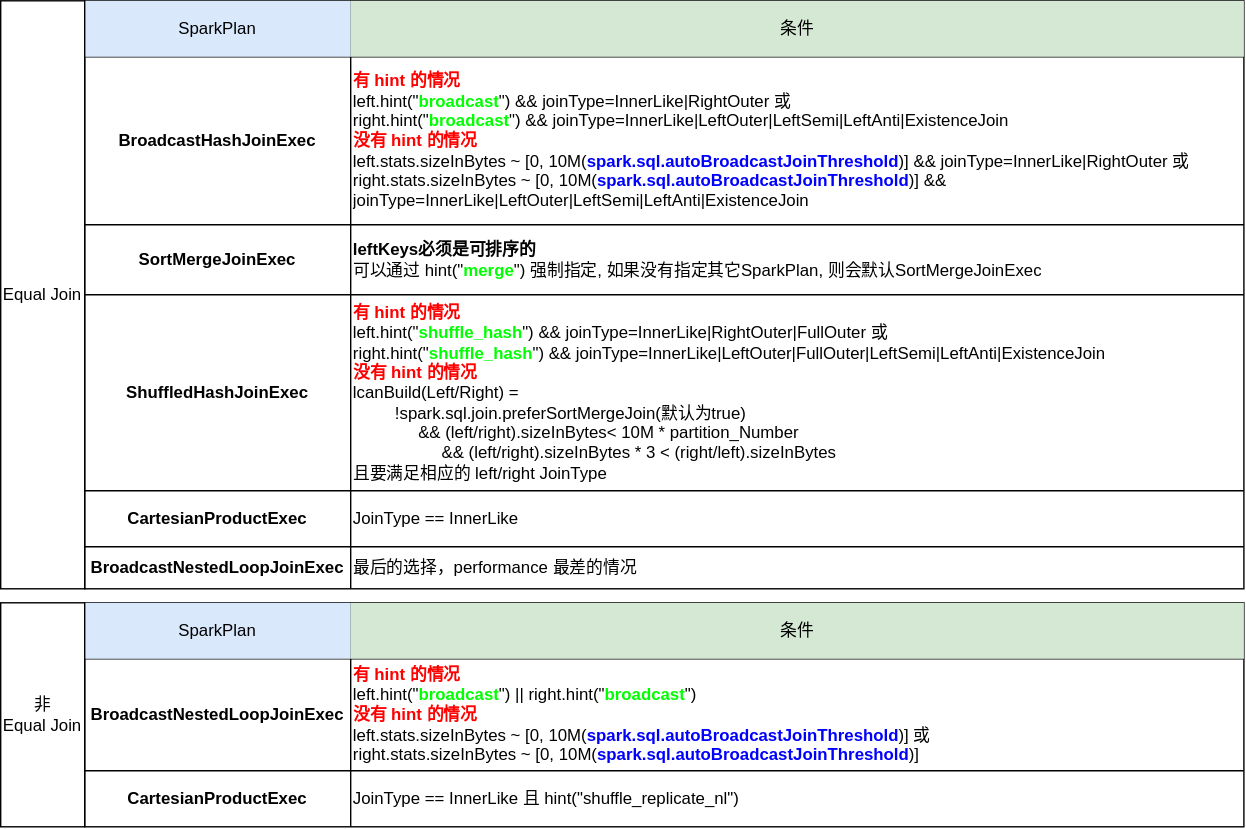
Above: docs/spark/join/join-plan-condition.svg in wbo4958/wbo4958.github.io (draw.io), before the change. Source tidied: cells renumbered, new cells last; positions are measured from the earlier drawing's top-left corner, leaving out a move shared by most shapes. Source of this version:
```xml
<mxGraphModel>
  <root>
    <mxCell id="0" />
    <mxCell id="1" parent="0" />
    <mxCell id="2" style="shape=table;html=1;whiteSpace=wrap;startSize=0;align=left;" parent="1" vertex="1">
      <mxGeometry x="60" width="828" height="420" as="geometry" />
    </mxCell>
    <mxCell id="3" style="shape=partialRectangle;html=1;whiteSpace=wrap;fillColor=none;top=0;left=0;bottom=0;right=0;" parent="2" vertex="1">
      <mxGeometry width="828" height="40" as="geometry" />
    </mxCell>
    <mxCell id="4" value="SparkPlan" style="shape=partialRectangle;html=1;whiteSpace=wrap;fillColor=#dae8fc;top=0;left=0;bottom=0;right=0;overflow=hidden;strokeColor=#6c8ebf;" parent="3" vertex="1">
      <mxGeometry width="190" height="40" as="geometry" />
    </mxCell>
    <mxCell id="5" value="条件" style="shape=partialRectangle;html=1;whiteSpace=wrap;fillColor=#d5e8d4;top=0;left=0;bottom=0;right=0;overflow=hidden;strokeColor=#82b366;" parent="3" vertex="1">
      <mxGeometry x="190" width="638" height="40" as="geometry" />
    </mxCell>
    <mxCell id="6" style="shape=partialRectangle;html=1;whiteSpace=wrap;fillColor=none;top=0;left=0;bottom=0;right=0;" parent="2" vertex="1">
      <mxGeometry y="40" width="828" height="120" as="geometry" />
    </mxCell>
    <mxCell id="7" value="BroadcastHashJoinExec" style="shape=partialRectangle;html=1;whiteSpace=wrap;fillColor=none;top=0;left=0;bottom=0;right=0;overflow=hidden;fontStyle=1;" parent="6" vertex="1">
      <mxGeometry width="190" height="120" as="geometry" />
    </mxCell>
    <mxCell id="8" value="&lt;b&gt;&lt;font color=&quot;#ff0000&quot;&gt;有 hint 的情况&lt;/font&gt;&lt;/b&gt;&lt;br&gt;left.hint(&quot;&lt;b&gt;&lt;font color=&quot;#00ff00&quot;&gt;broadcast&lt;/font&gt;&lt;/b&gt;&quot;) &amp;amp;&amp;amp; joinType=InnerLike|RightOuter 或&lt;br&gt;right.hint(&quot;&lt;b&gt;&lt;font color=&quot;#00ff00&quot;&gt;broadcast&lt;/font&gt;&lt;/b&gt;&quot;) &amp;amp;&amp;amp; joinType=InnerLike|LeftOuter|LeftSemi|LeftAnti|ExistenceJoin&lt;br&gt;&lt;b&gt;&lt;font color=&quot;#ff0000&quot;&gt;没有 hint 的情况&lt;/font&gt;&lt;/b&gt;&lt;br&gt;left.stats.sizeInBytes ~ [0, 10M(&lt;font color=&quot;#0000ff&quot;&gt;&lt;b&gt;spark.sql.autoBroadcastJoinThreshold&lt;/b&gt;&lt;/font&gt;)] &amp;amp;&amp;amp; joinType=InnerLike|RightOuter 或&lt;br&gt;right.stats.sizeInBytes ~ [0, 10M(&lt;b&gt;&lt;font color=&quot;#0000ff&quot;&gt;spark.sql.autoBroadcastJoinThreshold&lt;/font&gt;&lt;/b&gt;)] &amp;amp;&amp;amp; joinType=InnerLike|LeftOuter|LeftSemi|LeftAnti|ExistenceJoin" style="shape=partialRectangle;html=1;whiteSpace=wrap;fillColor=none;top=0;left=0;bottom=0;right=0;overflow=hidden;align=left;" parent="6" vertex="1">
      <mxGeometry x="190" width="638" height="120" as="geometry" />
    </mxCell>
    <mxCell id="9" style="shape=partialRectangle;html=1;whiteSpace=wrap;fillColor=none;top=0;left=0;bottom=0;right=0;" parent="2" vertex="1">
      <mxGeometry y="160" width="828" height="50" as="geometry" />
    </mxCell>
    <mxCell id="10" value="SortMergeJoinExec" style="shape=partialRectangle;html=1;whiteSpace=wrap;fillColor=none;top=0;left=0;bottom=0;right=0;overflow=hidden;fontStyle=1;" parent="9" vertex="1">
      <mxGeometry width="190" height="50" as="geometry" />
    </mxCell>
    <mxCell id="11" value="&lt;b&gt;leftKeys必须是可排序的&lt;/b&gt;&lt;br&gt;可以通过 hint(&quot;&lt;b&gt;&lt;font color=&quot;#00ff00&quot;&gt;merge&lt;/font&gt;&lt;/b&gt;&quot;) 强制指定, 如果没有指定其它SparkPlan, 则会默认SortMergeJoinExec" style="shape=partialRectangle;html=1;whiteSpace=wrap;fillColor=none;top=0;left=0;bottom=0;right=0;overflow=hidden;align=left;" parent="9" vertex="1">
      <mxGeometry x="190" width="638" height="50" as="geometry" />
    </mxCell>
    <mxCell id="12" style="shape=partialRectangle;html=1;whiteSpace=wrap;fillColor=none;top=0;left=0;bottom=0;right=0;" parent="2" vertex="1">
      <mxGeometry y="210" width="828" height="140" as="geometry" />
    </mxCell>
    <mxCell id="13" value="ShuffledHashJoinExec" style="shape=partialRectangle;html=1;whiteSpace=wrap;fillColor=none;top=0;left=0;bottom=0;right=0;overflow=hidden;fontStyle=1;" parent="12" vertex="1">
      <mxGeometry width="190" height="140" as="geometry" />
    </mxCell>
    <mxCell id="14" value="&lt;b&gt;&lt;font color=&quot;#ff0000&quot;&gt;有 hint 的情况&lt;/font&gt;&lt;/b&gt;&lt;br&gt;left.hint(&quot;&lt;b&gt;&lt;font color=&quot;#00ff00&quot;&gt;shuffle_hash&lt;/font&gt;&lt;/b&gt;&quot;) &amp;amp;&amp;amp; joinType=InnerLike|RightOuter|FullOuter 或&lt;br&gt;right.hint(&quot;&lt;font color=&quot;#00ff00&quot;&gt;&lt;b&gt;shuffle_hash&lt;/b&gt;&lt;/font&gt;&quot;) &amp;amp;&amp;amp; joinType=InnerLike|LeftOuter|FullOuter|LeftSemi|LeftAnti|ExistenceJoin&lt;br&gt;&lt;b&gt;&lt;font color=&quot;#ff0000&quot;&gt;没有 hint 的情况&lt;/font&gt;&lt;/b&gt;&lt;br&gt;l&lt;span&gt;canBuild(Left/Right) =&amp;nbsp;&lt;/span&gt;&lt;div&gt;&amp;nbsp; &amp;nbsp; &amp;nbsp; &amp;nbsp; &amp;nbsp;!spark.sql.join.preferSortMergeJoin(默认为true)&amp;nbsp;&lt;/div&gt;&lt;div&gt;&amp;nbsp; &amp;nbsp; &amp;nbsp; &amp;nbsp; &amp;nbsp; &amp;nbsp; &amp;nbsp; &amp;amp;&amp;amp; (left/right).sizeInBytes&amp;lt; 10M * partition_Number&lt;/div&gt;&lt;div&gt;&amp;nbsp; &amp;nbsp; &amp;nbsp; &amp;nbsp; &amp;nbsp; &amp;nbsp; &amp;nbsp; &amp;nbsp; &amp;nbsp; &amp;nbsp;&amp;amp;&amp;amp; (left/right).sizeInBytes * 3 &amp;lt; (right/left).sizeInBytes&amp;nbsp;&lt;/div&gt;&lt;div&gt;且要满足相应的 left/right JoinType&lt;/div&gt;" style="shape=partialRectangle;html=1;whiteSpace=wrap;fillColor=none;top=0;left=0;bottom=0;right=0;overflow=hidden;align=left;" parent="12" vertex="1">
      <mxGeometry x="190" width="638" height="140" as="geometry" />
    </mxCell>
    <mxCell id="15" style="shape=partialRectangle;html=1;whiteSpace=wrap;fillColor=none;top=0;left=0;bottom=0;right=0;" parent="2" vertex="1">
      <mxGeometry y="350" width="828" height="40" as="geometry" />
    </mxCell>
    <mxCell id="16" value="&lt;span&gt;CartesianProductExec&lt;/span&gt;" style="shape=partialRectangle;html=1;whiteSpace=wrap;fillColor=none;top=0;left=0;bottom=0;right=0;overflow=hidden;fontStyle=1;" parent="15" vertex="1">
      <mxGeometry width="190" height="40" as="geometry" />
    </mxCell>
    <mxCell id="17" value="JoinType == InnerLike" style="shape=partialRectangle;html=1;whiteSpace=wrap;fillColor=none;top=0;left=0;bottom=0;right=0;overflow=hidden;align=left;" parent="15" vertex="1">
      <mxGeometry x="190" width="638" height="40" as="geometry" />
    </mxCell>
    <mxCell id="18" style="shape=partialRectangle;html=1;whiteSpace=wrap;fillColor=none;top=0;left=0;bottom=0;right=0;" parent="2" vertex="1">
      <mxGeometry y="390" width="828" height="30" as="geometry" />
    </mxCell>
    <mxCell id="19" value="BroadcastNestedLoopJoinExec" style="shape=partialRectangle;html=1;whiteSpace=wrap;fillColor=none;top=0;left=0;bottom=0;right=0;overflow=hidden;fontStyle=1;" parent="18" vertex="1">
      <mxGeometry width="190" height="30" as="geometry" />
    </mxCell>
    <mxCell id="20" value="最后的选择，performance 最差的情况&amp;nbsp;" style="shape=partialRectangle;html=1;whiteSpace=wrap;fillColor=none;top=0;left=0;bottom=0;right=0;overflow=hidden;align=left;" parent="18" vertex="1">
      <mxGeometry x="190" width="638" height="30" as="geometry" />
    </mxCell>
    <mxCell id="21" value="Equal Join" style="rounded=0;whiteSpace=wrap;html=1;align=center;" parent="1" vertex="1">
      <mxGeometry width="60" height="420" as="geometry" />
    </mxCell>
    <mxCell id="22" style="shape=table;html=1;whiteSpace=wrap;startSize=0;align=left;" parent="1" vertex="1">
      <mxGeometry x="60" y="430" width="828" height="160" as="geometry" />
    </mxCell>
    <mxCell id="23" style="shape=partialRectangle;html=1;whiteSpace=wrap;fillColor=none;top=0;left=0;bottom=0;right=0;" parent="22" vertex="1">
      <mxGeometry width="828" height="40" as="geometry" />
    </mxCell>
    <mxCell id="24" value="SparkPlan" style="shape=partialRectangle;html=1;whiteSpace=wrap;fillColor=#dae8fc;top=0;left=0;bottom=0;right=0;overflow=hidden;strokeColor=#6c8ebf;" parent="23" vertex="1">
      <mxGeometry width="190" height="40" as="geometry" />
    </mxCell>
    <mxCell id="25" value="条件" style="shape=partialRectangle;html=1;whiteSpace=wrap;fillColor=#d5e8d4;top=0;left=0;bottom=0;right=0;overflow=hidden;strokeColor=#82b366;" parent="23" vertex="1">
      <mxGeometry x="190" width="638" height="40" as="geometry" />
    </mxCell>
    <mxCell id="26" style="shape=partialRectangle;html=1;whiteSpace=wrap;fillColor=none;top=0;left=0;bottom=0;right=0;" parent="22" vertex="1">
      <mxGeometry y="40" width="828" height="80" as="geometry" />
    </mxCell>
    <mxCell id="27" value="BroadcastNestedLoopJoinExec" style="shape=partialRectangle;html=1;whiteSpace=wrap;fillColor=none;top=0;left=0;bottom=0;right=0;overflow=hidden;fontStyle=1;" parent="26" vertex="1">
      <mxGeometry width="190" height="80" as="geometry" />
    </mxCell>
    <mxCell id="28" value="&lt;b&gt;&lt;font color=&quot;#ff0000&quot;&gt;有 hint 的情况&lt;/font&gt;&lt;/b&gt;&lt;br&gt;left.hint(&quot;&lt;b&gt;&lt;font color=&quot;#00ff00&quot;&gt;broadcast&lt;/font&gt;&lt;/b&gt;&quot;) || right.hint(&quot;&lt;b&gt;&lt;font color=&quot;#00ff00&quot;&gt;broadcast&lt;/font&gt;&lt;/b&gt;&quot;)&amp;nbsp;&lt;br&gt;&lt;b&gt;&lt;font color=&quot;#ff0000&quot;&gt;没有 hint 的情况&lt;/font&gt;&lt;/b&gt;&lt;br&gt;left.stats.sizeInBytes ~ [0, 10M(&lt;font color=&quot;#0000ff&quot;&gt;&lt;b&gt;spark.sql.autoBroadcastJoinThreshold&lt;/b&gt;&lt;/font&gt;)] 或&lt;br&gt;right.stats.sizeInBytes ~ [0, 10M(&lt;b&gt;&lt;font color=&quot;#0000ff&quot;&gt;spark.sql.autoBroadcastJoinThreshold&lt;/font&gt;&lt;/b&gt;)]" style="shape=partialRectangle;html=1;whiteSpace=wrap;fillColor=none;top=0;left=0;bottom=0;right=0;overflow=hidden;align=left;" parent="26" vertex="1">
      <mxGeometry x="190" width="638" height="80" as="geometry" />
    </mxCell>
    <mxCell id="29" style="shape=partialRectangle;html=1;whiteSpace=wrap;fillColor=none;top=0;left=0;bottom=0;right=0;" parent="22" vertex="1">
      <mxGeometry y="120" width="828" height="40" as="geometry" />
    </mxCell>
    <mxCell id="30" value="&lt;span&gt;CartesianProductExec&lt;/span&gt;" style="shape=partialRectangle;html=1;whiteSpace=wrap;fillColor=none;top=0;left=0;bottom=0;right=0;overflow=hidden;fontStyle=1;" parent="29" vertex="1">
      <mxGeometry width="190" height="40" as="geometry" />
    </mxCell>
    <mxCell id="31" value="JoinType == InnerLike 且 hint(&quot;shuffle_replicate_nl&quot;)" style="shape=partialRectangle;html=1;whiteSpace=wrap;fillColor=none;top=0;left=0;bottom=0;right=0;overflow=hidden;align=left;" parent="29" vertex="1">
      <mxGeometry x="190" width="638" height="40" as="geometry" />
    </mxCell>
    <mxCell id="32" value="非&lt;br&gt;Equal Join" style="rounded=0;whiteSpace=wrap;html=1;align=center;" parent="1" vertex="1">
      <mxGeometry y="430" width="60" height="160" as="geometry" />
    </mxCell>
  </root>
</mxGraphModel>
```
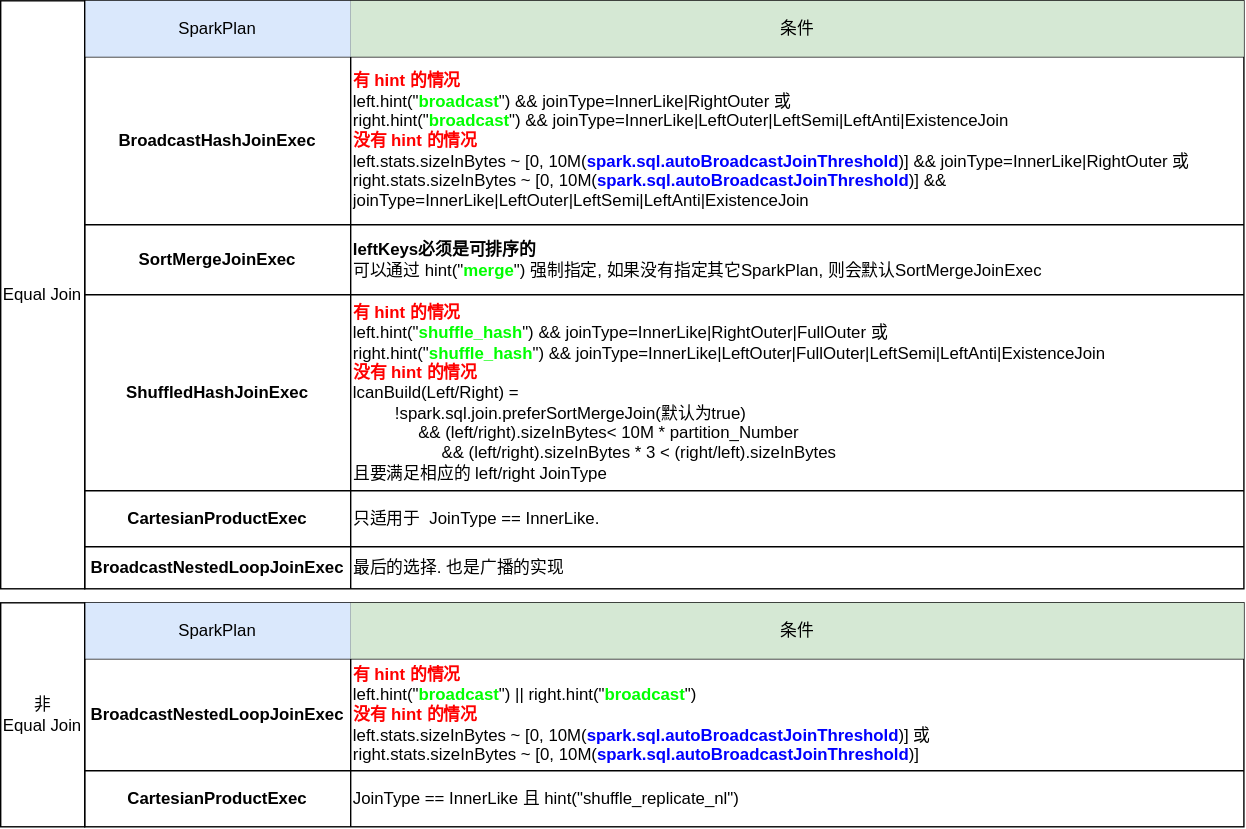
Later version of the same file.

What changed in the source:
```diff
@@ -47,7 +47,7 @@
     <mxCell id="16" value="&lt;span&gt;CartesianProductExec&lt;/span&gt;" style="shape=partialRectangle;html=1;whiteSpace=wrap;fillColor=none;top=0;left=0;bottom=0;right=0;overflow=hidden;fontStyle=1;" parent="15" vertex="1">
       <mxGeometry width="190" height="40" as="geometry" />
     </mxCell>
-    <mxCell id="17" value="JoinType == InnerLike" style="shape=partialRectangle;html=1;whiteSpace=wrap;fillColor=none;top=0;left=0;bottom=0;right=0;overflow=hidden;align=left;" parent="15" vertex="1">
+    <mxCell id="17" value="只适用于&amp;nbsp; JoinType == InnerLike.&amp;nbsp;" style="shape=partialRectangle;html=1;whiteSpace=wrap;fillColor=none;top=0;left=0;bottom=0;right=0;overflow=hidden;align=left;" parent="15" vertex="1">
       <mxGeometry x="190" width="638" height="40" as="geometry" />
     </mxCell>
     <mxCell id="18" style="shape=partialRectangle;html=1;whiteSpace=wrap;fillColor=none;top=0;left=0;bottom=0;right=0;" parent="2" vertex="1">
@@ -56,7 +56,7 @@
     <mxCell id="19" value="BroadcastNestedLoopJoinExec" style="shape=partialRectangle;html=1;whiteSpace=wrap;fillColor=none;top=0;left=0;bottom=0;right=0;overflow=hidden;fontStyle=1;" parent="18" vertex="1">
       <mxGeometry width="190" height="30" as="geometry" />
     </mxCell>
-    <mxCell id="20" value="最后的选择，performance 最差的情况&amp;nbsp;" style="shape=partialRectangle;html=1;whiteSpace=wrap;fillColor=none;top=0;left=0;bottom=0;right=0;overflow=hidden;align=left;" parent="18" vertex="1">
+    <mxCell id="20" value="最后的选择. 也是广播的实现" style="shape=partialRectangle;html=1;whiteSpace=wrap;fillColor=none;top=0;left=0;bottom=0;right=0;overflow=hidden;align=left;" parent="18" vertex="1">
       <mxGeometry x="190" width="638" height="30" as="geometry" />
     </mxCell>
     <mxCell id="21" value="Equal Join" style="rounded=0;whiteSpace=wrap;html=1;align=center;" parent="1" vertex="1">
```
